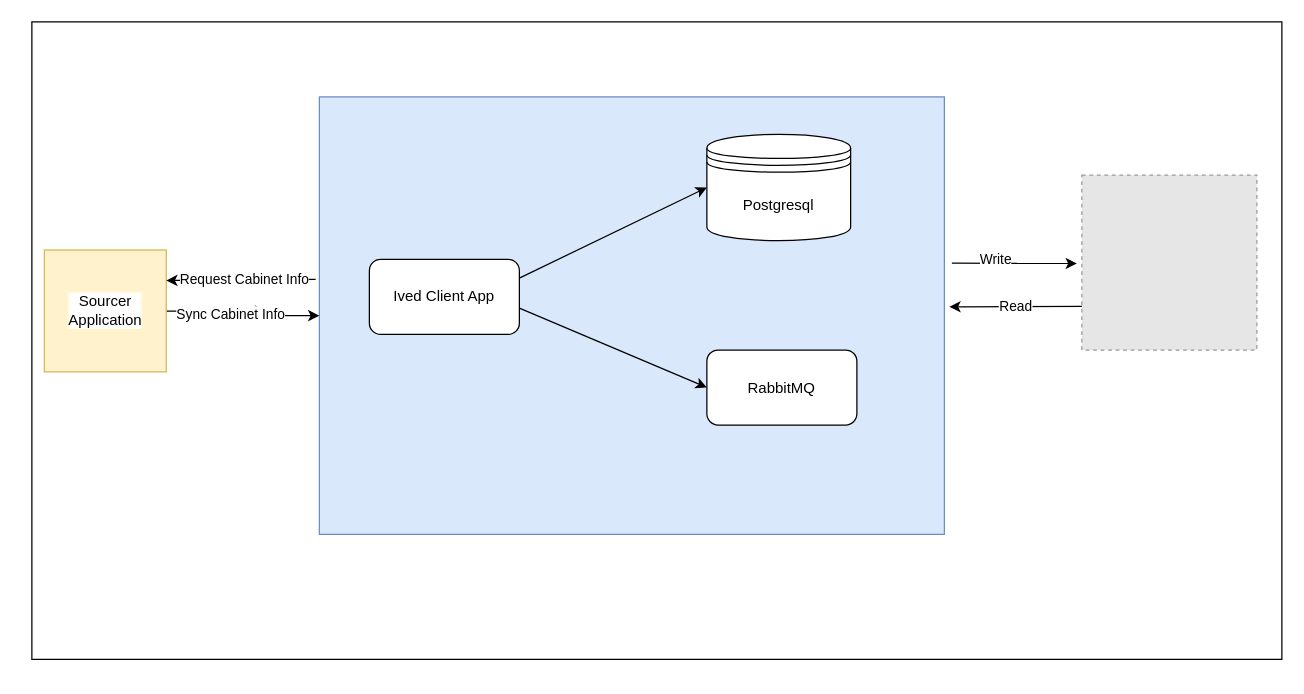
The draw.io diagram Ivend Client.drawio in ishrikanth/graphql, before the edit. Source tidied: cells renumbered, new cells numbered last; positions are measured from the earlier drawing's top-left corner, leaving out a move shared by most shapes. Both pictures are drawn from the tidied source at 125%, with x=0, y=0 at pixel (31, 21). Pictures stored in the file or linked from it are replaced by grey dashed boxes.
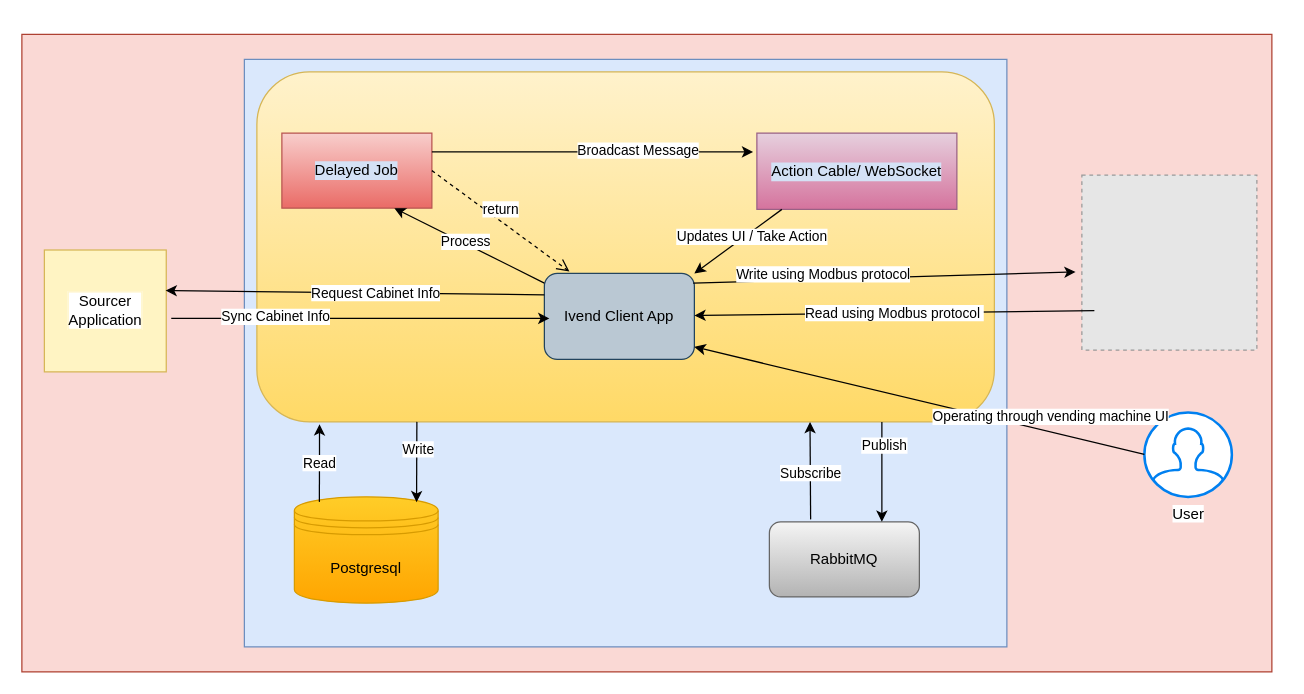
The same diagram, later.

Unchanged cells that the change refers to:
```xml
<mxCell id="7" style="fillColor=#E6E6E6;strokeColor=#999999;dashed=1;html=1;verticalAlign=top;verticalLabelPosition=bottom;labelBackgroundColor=#ffffff;" parent="1" vertex="1">
  <mxGeometry x="840" y="122.5" width="140" height="140" as="geometry" />
</mxCell>
```

What changed in the source:
```diff
@@
-    <mxCell id="2" style="verticalLabelPosition=bottom;verticalAlign=top;html=1;shape=mxgraph.basic.rect;fillColor2=none;strokeWidth=1;size=20;indent=5;" parent="1" vertex="1">
-      <mxGeometry width="1000" height="510" as="geometry" />
+    <mxCell id="2" style="verticalLabelPosition=bottom;verticalAlign=top;html=1;shape=mxgraph.basic.rect;fillColor2=none;strokeWidth=1;size=20;indent=5;fillColor=#fad9d5;strokeColor=#ae4132;" parent="1" vertex="1">
+      <mxGeometry x="-8" y="10" width="1000" height="510" as="geometry" />
     </mxCell>
     <mxCell id="3" style="rounded=0;whiteSpace=wrap;html=1;labelBackgroundColor=#9933FF;fillColor=#dae8fc;strokeColor=#6c8ebf;" parent="1" vertex="1">
-      <mxGeometry x="230" y="60" width="500" height="350" as="geometry" />
+      <mxGeometry x="170" y="30" width="610" height="470" as="geometry" />
     </mxCell>
+    <mxCell id="19" style="rounded=1;whiteSpace=wrap;html=1;labelBackgroundColor=#D4E1F5;fillColor=#fff2cc;strokeColor=#d6b656;gradientColor=#ffd966;" parent="1" vertex="1">
+      <mxGeometry x="180" y="40" width="590" height="280" as="geometry" />
+    </mxCell>
-    <mxCell id="4" value="Postgresql" style="shape=datastore;whiteSpace=wrap;html=1;" parent="1" vertex="1">
-      <mxGeometry x="540" y="90" width="115" height="85" as="geometry" />
+    <mxCell id="4" value="Postgresql" style="shape=datastore;whiteSpace=wrap;html=1;gradientColor=#ffa500;fillColor=#ffcd28;strokeColor=#d79b00;" parent="1" vertex="1">
+      <mxGeometry x="210" y="380" width="115" height="85" as="geometry" />
     </mxCell>
-    <mxCell id="5" style="edgeStyle=orthogonalEdgeStyle;rounded=0;jettySize=auto;html=1;" parent="1" edge="1" source="6">
-      <mxGeometry relative="1" as="geometry">
-        <mxPoint x="187.5" y="231.2" as="targetPoint" />
-      </mxGeometry>
-    </mxCell>
-    <mxCell id="6" value="Sourcer&lt;br&gt;Application" style="whiteSpace=wrap;labelBackgroundColor=#ffffff;labelBorderColor=#FFF4C3;html=1;fillColor=#fff2cc;strokeColor=#d6b656;" parent="1" vertex="1">
+    <mxCell id="6" value="Sourcer&lt;br&gt;Application" style="whiteSpace=wrap;labelBackgroundColor=#ffffff;labelBorderColor=#FFF4C3;html=1;fillColor=#FFF4C3;strokeColor=#d6b656;" parent="1" vertex="1">
       <mxGeometry x="10" y="182.5" width="97.5" height="97.5" as="geometry" />
     </mxCell>
@@
-    <mxCell id="8" value="RabbitMQ" style="rounded=1;whiteSpace=wrap;html=1;" parent="1" vertex="1">
-      <mxGeometry x="540" y="262.5" width="120" height="60" as="geometry" />
+    <mxCell id="8" value="RabbitMQ" style="rounded=1;whiteSpace=wrap;html=1;gradientColor=#b3b3b3;fillColor=#f5f5f5;strokeColor=#666666;" parent="1" vertex="1">
+      <mxGeometry x="590" y="400" width="120" height="60" as="geometry" />
     </mxCell>
-    <mxCell id="9" value="Ived Client App" style="rounded=1;whiteSpace=wrap;html=1;" parent="1" vertex="1">
-      <mxGeometry x="270" y="190" width="120" height="60" as="geometry" />
+    <mxCell id="9" value="Ivend Client App" style="rounded=1;whiteSpace=wrap;html=1;fillColor=#bac8d3;strokeColor=#23445d;" parent="1" vertex="1">
+      <mxGeometry x="410" y="201.2" width="120" height="68.8" as="geometry" />
     </mxCell>
-    <mxCell id="10" style="endArrow=classic;html=1;" parent="1" edge="1">
-      <mxGeometry relative="1" as="geometry">
-        <mxPoint x="736" y="193" as="sourcePoint" />
-        <mxPoint x="836" y="193.3" as="targetPoint" />
-      </mxGeometry>
+    <mxCell id="10" style="endArrow=classic;html=1;exitX=0.992;exitY=0.113;exitDx=0;exitDy=0;exitPerimeter=0;entryX=-0.036;entryY=0.554;entryDx=0;entryDy=0;entryPerimeter=0;" parent="1" edge="1" source="9" target="7">
+      <mxGeometry relative="1" as="geometry" />
     </mxCell>
-    <mxCell id="11" value="Write" style="edgeLabel;html=1;align=center;verticalAlign=middle;" parent="10" vertex="1">
+    <mxCell id="11" value="Write using Modbus protocol" style="edgeLabel;html=1;align=center;verticalAlign=middle;" parent="10" vertex="1">
       <mxGeometry x="-0.32" y="4" relative="1" as="geometry" />
     </mxCell>
-    <mxCell id="12" value="Read" style="endArrow=classic;html=1;exitX=0;exitY=0.75;exitDx=0;exitDy=0;" parent="1" edge="1" source="7">
+    <mxCell id="12" value="Read using Modbus protocol&amp;nbsp;" style="endArrow=classic;html=1;" parent="1" edge="1" target="9">
       <mxGeometry relative="1" as="geometry">
-        <mxPoint x="734" y="228" as="targetPoint" />
+        <mxPoint x="850" y="231" as="sourcePoint" />
       </mxGeometry>
     </mxCell>
-    <mxCell id="13" style="endArrow=classic;html=1;entryX=0;entryY=0.5;entryDx=0;entryDy=0;" parent="1" edge="1" target="3">
+    <mxCell id="13" style="endArrow=classic;html=1;entryX=0;entryY=0.5;entryDx=0;entryDy=0;exitX=1;exitY=0.5;exitDx=0;exitDy=0;" parent="1" edge="1">
       <mxGeometry relative="1" as="geometry">
-        <mxPoint x="130" y="235" as="sourcePoint" />
+        <mxPoint x="111.5" y="237.2" as="sourcePoint" />
+        <mxPoint x="414" y="237.2" as="targetPoint" />
       </mxGeometry>
     </mxCell>
-    <mxCell id="14" value="Sync Cabinet Info" style="edgeLabel;html=1;align=center;verticalAlign=middle;" parent="13" vertex="1">
+    <mxCell id="14" value="Sync Cabinet Info" style="edgeLabel;html=1;align=center;verticalAlign=middle;rotation=0;" parent="13" vertex="1">
       <mxGeometry x="-0.45" y="2" relative="1" as="geometry" />
     </mxCell>
-    <mxCell id="15" style="endArrow=classic;html=1;entryX=1;entryY=0.25;entryDx=0;entryDy=0;exitX=-0.006;exitY=0.417;exitDx=0;exitDy=0;exitPerimeter=0;" parent="1" edge="1" source="3" target="6">
+    <mxCell id="15" style="endArrow=classic;html=1;exitX=0;exitY=0.25;exitDx=0;exitDy=0;entryX=0.995;entryY=0.333;entryDx=0;entryDy=0;entryPerimeter=0;" parent="1" edge="1" source="9" target="6">
       <mxGeometry relative="1" as="geometry" />
     </mxCell>
     <mxCell id="16" value="Request Cabinet Info" style="edgeLabel;html=1;align=center;verticalAlign=middle;" parent="15" vertex="1">
       <mxGeometry x="-0.38" y="-1" relative="1" as="geometry">
-        <mxPoint x="-20" as="offset" />
+        <mxPoint x="-42" as="offset" />
       </mxGeometry>
     </mxCell>
-    <mxCell id="17" style="endArrow=classic;html=1;entryX=0;entryY=0.5;entryDx=0;entryDy=0;exitX=1;exitY=0.25;exitDx=0;exitDy=0;" parent="1" edge="1" source="9" target="4">
-      <mxGeometry relative="1" as="geometry" />
+    <mxCell id="17" style="endArrow=classic;html=1;entryX=0.85;entryY=0.05;entryDx=0;entryDy=0;entryPerimeter=0;" parent="1" edge="1" target="4">
+      <mxGeometry relative="1" as="geometry">
+        <mxPoint x="308" y="320" as="sourcePoint" />
+      </mxGeometry>
     </mxCell>
+    <mxCell id="20" value="Write" style="edgeLabel;html=1;align=center;verticalAlign=middle;" parent="17" vertex="1">
+      <mxGeometry x="-0.34" y="1" relative="1" as="geometry" />
+    </mxCell>
-    <mxCell id="18" style="endArrow=classic;html=1;entryX=0;entryY=0.5;entryDx=0;entryDy=0;" parent="1" edge="1" target="8">
+    <mxCell id="18" style="endArrow=classic;html=1;entryX=0.75;entryY=0;entryDx=0;entryDy=0;" parent="1" edge="1" target="8">
       <mxGeometry relative="1" as="geometry">
-        <mxPoint x="390" y="229" as="sourcePoint" />
+        <mxPoint x="680" y="320" as="sourcePoint" />
       </mxGeometry>
     </mxCell>
+    <mxCell id="21" value="Publish" style="edgeLabel;html=1;align=center;verticalAlign=middle;" parent="18" vertex="1">
+      <mxGeometry x="-0.54" y="1" relative="1" as="geometry" />
+    </mxCell>
+    <mxCell id="22" value="User" style="html=1;verticalLabelPosition=bottom;align=center;labelBackgroundColor=#ffffff;verticalAlign=top;strokeWidth=2;strokeColor=#0080F0;shadow=0;dashed=0;shape=mxgraph.ios7.icons.user;" parent="1" vertex="1">
+      <mxGeometry x="890" y="312.5" width="70" height="67.5" as="geometry" />
+    </mxCell>
+    <mxCell id="23" style="endArrow=classic;html=1;exitX=0;exitY=0.496;exitDx=0;exitDy=0;exitPerimeter=0;" parent="1" edge="1" source="22">
+      <mxGeometry relative="1" as="geometry">
+        <mxPoint x="530" y="260" as="targetPoint" />
+      </mxGeometry>
+    </mxCell>
+    <mxCell id="24" value="Operating through vending machine UI" style="edgeLabel;html=1;align=center;verticalAlign=middle;" parent="23" vertex="1">
+      <mxGeometry x="-0.43" y="-1" relative="1" as="geometry">
+        <mxPoint x="26" y="-5.3" as="offset" />
+      </mxGeometry>
+    </mxCell>
+    <mxCell id="25" style="endArrow=classic;html=1;entryX=0.75;entryY=1;entryDx=0;entryDy=0;" parent="1" edge="1" target="19">
+      <mxGeometry relative="1" as="geometry">
+        <mxPoint x="623" y="398" as="sourcePoint" />
+      </mxGeometry>
+    </mxCell>
+    <mxCell id="26" value="Subscribe" style="edgeLabel;html=1;align=center;verticalAlign=middle;" parent="25" vertex="1">
+      <mxGeometry x="-0.33" relative="1" as="geometry">
+        <mxPoint y="-12" as="offset" />
+      </mxGeometry>
+    </mxCell>
+    <mxCell id="27" value="Read" style="endArrow=classic;html=1;entryX=0.085;entryY=1.007;entryDx=0;entryDy=0;entryPerimeter=0;" parent="1" edge="1" target="19">
+      <mxGeometry relative="1" as="geometry">
+        <mxPoint x="230" y="384" as="sourcePoint" />
+      </mxGeometry>
+    </mxCell>
+    <mxCell id="28" value="Delayed Job" style="rounded=0;whiteSpace=wrap;html=1;labelBackgroundColor=#D4E1F5;gradientColor=#ea6b66;fillColor=#f8cecc;strokeColor=#b85450;" parent="1" vertex="1">
+      <mxGeometry x="200" y="89" width="120" height="60" as="geometry" />
+    </mxCell>
+    <mxCell id="29" value="Action Cable/ WebSocket" style="rounded=0;whiteSpace=wrap;html=1;labelBackgroundColor=#D4E1F5;gradientColor=#d5739d;fillColor=#e6d0de;strokeColor=#996185;" parent="1" vertex="1">
+      <mxGeometry x="580" y="89" width="160" height="61" as="geometry" />
+    </mxCell>
+    <mxCell id="30" style="endArrow=classic;html=1;entryX=0.75;entryY=1;entryDx=0;entryDy=0;exitX=0;exitY=0.113;exitDx=0;exitDy=0;exitPerimeter=0;" parent="1" edge="1" source="9" target="28">
+      <mxGeometry relative="1" as="geometry" />
+    </mxCell>
+    <mxCell id="31" value="Process" style="edgeLabel;html=1;align=center;verticalAlign=middle;" parent="30" vertex="1">
+      <mxGeometry x="0.08" y="-1" relative="1" as="geometry" />
+    </mxCell>
+    <mxCell id="32" value="return" style="html=1;verticalAlign=bottom;endArrow=open;dashed=1;endSize=8;exitX=1;exitY=0.5;exitDx=0;exitDy=0;entryX=0.167;entryY=-0.021;entryDx=0;entryDy=0;entryPerimeter=0;" parent="1" edge="1" source="28" target="9">
+      <mxGeometry relative="1" as="geometry" />
+    </mxCell>
+    <mxCell id="33" style="endArrow=classic;html=1;entryX=1;entryY=0;entryDx=0;entryDy=0;" parent="1" edge="1" target="9">
+      <mxGeometry relative="1" as="geometry">
+        <mxPoint x="600" y="150" as="sourcePoint" />
+      </mxGeometry>
+    </mxCell>
+    <mxCell id="34" value="Updates UI / Take Action" style="edgeLabel;html=1;align=center;verticalAlign=middle;" parent="33" vertex="1">
+      <mxGeometry x="-0.24" y="2" relative="1" as="geometry">
+        <mxPoint x="1" as="offset" />
+      </mxGeometry>
+    </mxCell>
+    <mxCell id="35" style="edgeStyle=orthogonalEdgeStyle;rounded=0;orthogonalLoop=1;jettySize=auto;html=1;exitX=0.5;exitY=1;exitDx=0;exitDy=0;" parent="1" edge="1" source="29" target="29">
+      <mxGeometry relative="1" as="geometry" />
+    </mxCell>
+    <mxCell id="36" style="endArrow=classic;html=1;exitX=1;exitY=0.25;exitDx=0;exitDy=0;" parent="1" edge="1" source="28">
+      <mxGeometry relative="1" as="geometry">
+        <mxPoint x="577" y="104" as="targetPoint" />
+      </mxGeometry>
+    </mxCell>
+    <mxCell id="37" value="Broadcast Message" style="edgeLabel;html=1;align=center;verticalAlign=middle;" parent="36" vertex="1">
+      <mxGeometry x="0.28" y="2" relative="1" as="geometry" />
+    </mxCell>
```
